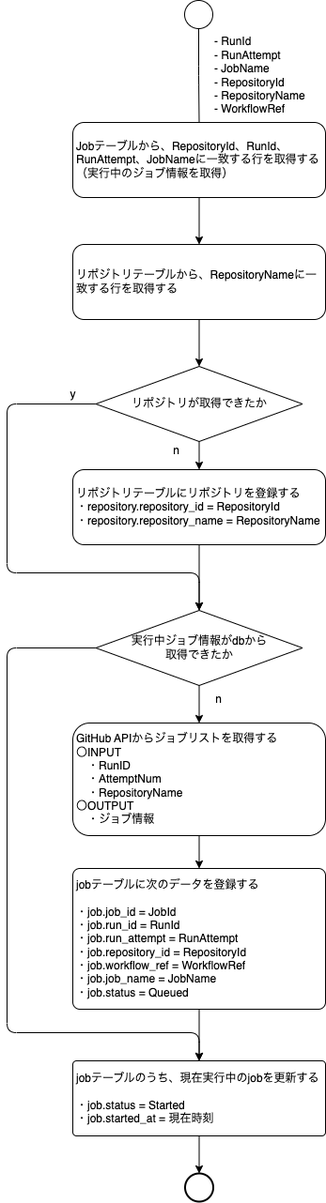
kazuo278/dashboard keeps this draw.io diagram as docs/arch/set_up_runner/flow.drawio.png. Above is the earlier version. Source tidied: cells renumbered, new cells last; positions are measured from the earlier drawing's top-left corner, leaving out a move shared by most shapes.
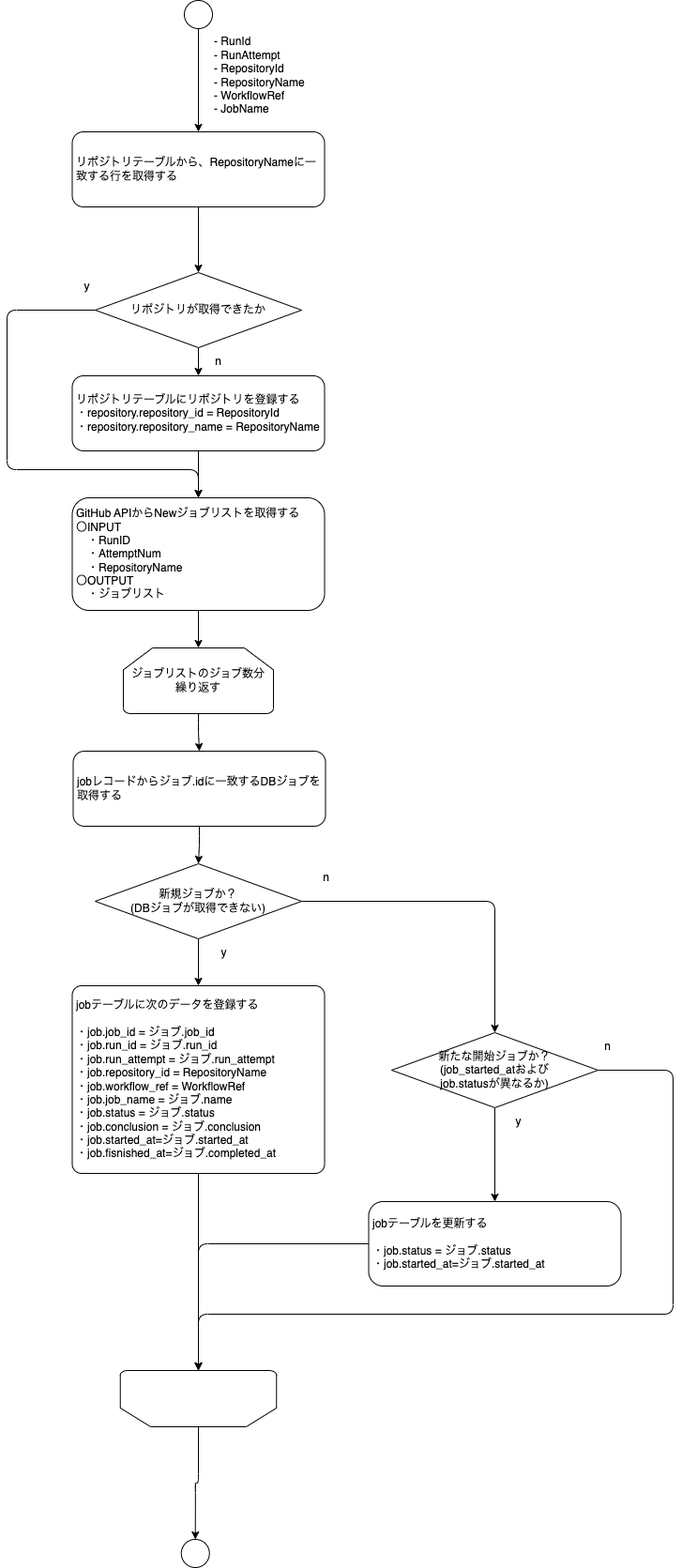
After the change.

Change to the diagram source:
```diff
@@ -2,92 +2,126 @@
   <root>
     <mxCell id="0" />
     <mxCell id="1" parent="0" />
-    <mxCell id="2" style="edgeStyle=orthogonalEdgeStyle;html=1;strokeColor=default;startArrow=none;" parent="1" edge="1" source="26" target="16">
+    <mxCell id="2" style="edgeStyle=orthogonalEdgeStyle;html=1;strokeColor=default;startArrow=none;exitX=0.5;exitY=1;exitDx=0;exitDy=0;exitPerimeter=0;" parent="1" edge="1" source="3" target="16">
       <mxGeometry relative="1" as="geometry" />
     </mxCell>
     <mxCell id="3" style="verticalLabelPosition=bottom;verticalAlign=top;html=1;shape=mxgraph.flowchart.on-page_reference;" parent="1" vertex="1">
       <mxGeometry x="189" width="30" height="30" as="geometry" />
     </mxCell>
-    <mxCell id="4" style="edgeStyle=orthogonalEdgeStyle;html=1;entryX=0.5;entryY=0;entryDx=0;entryDy=0;strokeColor=default;" parent="1" edge="1" source="7" target="14">
-      <mxGeometry relative="1" as="geometry">
-        <Array as="points">
-          <mxPoint y="690" />
-          <mxPoint y="1100" />
-          <mxPoint x="205" y="1100" />
-        </Array>
-      </mxGeometry>
-    </mxCell>
-    <mxCell id="5" value="- RunId&lt;br&gt;- RunAttempt&lt;br&gt;- JobName&lt;br&gt;- RepositoryId&lt;br&gt;- RepositoryName&lt;br&gt;- WorkflowRef" style="text;html=1;align=left;verticalAlign=middle;strokeColor=none;fillColor=none;" parent="1" vertex="1">
+    <mxCell id="5" value="- RunId&lt;br&gt;- RunAttempt&lt;br&gt;- RepositoryId&lt;br&gt;- RepositoryName&lt;br&gt;- WorkflowRef&lt;br&gt;- JobName" style="text;html=1;align=left;verticalAlign=middle;strokeColor=none;fillColor=none;" parent="1" vertex="1">
       <mxGeometry x="219" y="30" width="120" height="100" as="geometry" />
     </mxCell>
-    <mxCell id="6" style="edgeStyle=none;html=1;" parent="1" edge="1" source="7" target="9">
-      <mxGeometry relative="1" as="geometry" />
-    </mxCell>
-    <mxCell id="7" value="実行中ジョブ情報がdbから&lt;br&gt;取得できたか" style="strokeWidth=1;html=1;shape=mxgraph.flowchart.decision;whiteSpace=wrap;" parent="1" vertex="1">
-      <mxGeometry x="94.5" y="650" width="220" height="80" as="geometry" />
-    </mxCell>
-    <mxCell id="8" style="edgeStyle=none;html=1;entryX=0.5;entryY=0;entryDx=0;entryDy=0;" parent="1" edge="1" source="9" target="12">
-      <mxGeometry relative="1" as="geometry" />
-    </mxCell>
+    <mxCell id="27" style="edgeStyle=orthogonalEdgeStyle;html=1;entryX=0.5;entryY=0;entryDx=0;entryDy=0;entryPerimeter=0;" parent="1" edge="1" source="9" target="25">
+      <mxGeometry relative="1" as="geometry" />
+    </mxCell>
-    <mxCell id="9" value="&lt;div style=&quot;&quot;&gt;GitHub APIからジョブリストを取得する&lt;br&gt;&lt;/div&gt;&lt;div style=&quot;&quot;&gt;〇INPUT&lt;br&gt;&lt;/div&gt;&lt;div style=&quot;&quot;&gt;　・RunID&lt;br&gt;　・AttemptNum&lt;/div&gt;&lt;div style=&quot;&quot;&gt;&lt;span style=&quot;background-color: initial;&quot;&gt;　・&lt;/span&gt;&lt;span style=&quot;background-color: initial;&quot;&gt;RepositoryName&lt;/span&gt;&lt;/div&gt;&lt;div style=&quot;&quot;&gt;〇OUTPUT&lt;/div&gt;&lt;div style=&quot;&quot;&gt;　・ジョブ情報&lt;/div&gt;" style="rounded=1;whiteSpace=wrap;html=1;align=left;spacingLeft=2;" parent="1" vertex="1">
-      <mxGeometry x="70" y="770" width="269" height="120" as="geometry" />
+    <mxCell id="9" value="&lt;div style=&quot;&quot;&gt;GitHub APIからNewジョブリストを取得する&lt;br&gt;&lt;/div&gt;&lt;div style=&quot;&quot;&gt;〇INPUT&lt;br&gt;&lt;/div&gt;&lt;div style=&quot;&quot;&gt;　・RunID&lt;br&gt;　・AttemptNum&lt;/div&gt;&lt;div style=&quot;&quot;&gt;&lt;span style=&quot;background-color: initial;&quot;&gt;　・&lt;/span&gt;&lt;span style=&quot;background-color: initial;&quot;&gt;RepositoryName&lt;/span&gt;&lt;/div&gt;&lt;div style=&quot;&quot;&gt;〇OUTPUT&lt;/div&gt;&lt;div style=&quot;&quot;&gt;　・ジョブリスト&lt;/div&gt;" style="rounded=1;whiteSpace=wrap;html=1;align=left;spacingLeft=2;" parent="1" vertex="1">
+      <mxGeometry x="69.5" y="530" width="269" height="120" as="geometry" />
     </mxCell>
-    <mxCell id="10" value="n" style="text;html=1;align=center;verticalAlign=middle;strokeColor=none;fillColor=none;" parent="1" vertex="1">
-      <mxGeometry x="210" y="730" width="30" height="30" as="geometry" />
-    </mxCell>
-    <mxCell id="11" style="edgeStyle=none;html=1;" parent="1" edge="1" source="12" target="14">
-      <mxGeometry relative="1" as="geometry" />
-    </mxCell>
+    <mxCell id="28" style="edgeStyle=orthogonalEdgeStyle;html=1;entryX=0.5;entryY=1;entryDx=0;entryDy=0;entryPerimeter=0;" parent="1" edge="1" source="12" target="31">
+      <mxGeometry relative="1" as="geometry" />
+    </mxCell>
-    <mxCell id="12" value="&lt;div style=&quot;&quot;&gt;&lt;span style=&quot;background-color: initial;&quot;&gt;jobテーブルに次のデータを登録する&lt;/span&gt;&lt;br&gt;&lt;/div&gt;&lt;div style=&quot;&quot;&gt;&lt;span style=&quot;background-color: initial;&quot;&gt;&lt;br&gt;・&lt;/span&gt;job&lt;span style=&quot;background-color: initial;&quot;&gt;.job_id = JobId&lt;/span&gt;&lt;/div&gt;&lt;div style=&quot;&quot;&gt;&lt;span style=&quot;background-color: initial;&quot;&gt;・&lt;/span&gt;job.run_id&amp;nbsp;&lt;span style=&quot;background-color: initial;&quot;&gt;= RunId&lt;br&gt;&lt;/span&gt;&lt;/div&gt;・job.run_attempt = RunAttempt&lt;br&gt;・job.repository_id = RepositoryId&lt;br&gt;・job.workflow_ref = WorkflowRef&lt;br&gt;・job.job_name = JobName&lt;br&gt;・job.status = Queued&amp;nbsp;" style="rounded=1;whiteSpace=wrap;html=1;align=left;spacingLeft=2;arcSize=5;" parent="1" vertex="1">
-      <mxGeometry x="70" y="925" width="269" height="150" as="geometry" />
+    <mxCell id="12" value="&lt;div style=&quot;&quot;&gt;&lt;span style=&quot;background-color: initial;&quot;&gt;jobテーブルに次のデータを登録する&lt;/span&gt;&lt;br&gt;&lt;/div&gt;&lt;div style=&quot;&quot;&gt;&lt;span style=&quot;background-color: initial;&quot;&gt;&lt;br&gt;・&lt;/span&gt;job&lt;span style=&quot;background-color: initial;&quot;&gt;.job_id = ジョブ.job_id&lt;/span&gt;&lt;/div&gt;&lt;div style=&quot;&quot;&gt;&lt;span style=&quot;background-color: initial;&quot;&gt;・&lt;/span&gt;job.run_id&amp;nbsp;&lt;span style=&quot;background-color: initial;&quot;&gt;= ジョブ.run_id&lt;br&gt;&lt;/span&gt;&lt;/div&gt;・job.run_attempt = ジョブ.run_attempt&lt;br&gt;・job.repository_id = RepositoryName&lt;br&gt;・job.workflow_ref = WorkflowRef&lt;br&gt;・job.job_name = ジョブ.name&lt;br&gt;・job.status = ジョブ.status&lt;br&gt;・job.conclusion = ジョブ.conclusion&lt;br&gt;・job.started_at=ジョブ.started_at&lt;br&gt;・job.fisnished_at=ジョブ.completed_at" style="rounded=1;whiteSpace=wrap;html=1;align=left;spacingLeft=2;arcSize=5;" parent="1" vertex="1">
+      <mxGeometry x="69.5" y="1050" width="269" height="200" as="geometry" />
     </mxCell>
-    <mxCell id="13" style="edgeStyle=orthogonalEdgeStyle;html=1;entryX=0.5;entryY=0;entryDx=0;entryDy=0;entryPerimeter=0;strokeColor=default;" parent="1" edge="1" source="14" target="24">
-      <mxGeometry relative="1" as="geometry" />
-    </mxCell>
-    <mxCell id="14" value="&lt;div style=&quot;&quot;&gt;&lt;span style=&quot;background-color: initial;&quot;&gt;jobテーブルのうち、現在実行中のjobを更新する&lt;/span&gt;&lt;br&gt;&lt;/div&gt;&lt;div style=&quot;&quot;&gt;&lt;span style=&quot;background-color: initial;&quot;&gt;&lt;br&gt;&lt;/span&gt;&lt;/div&gt;・job.status = Started&lt;br&gt;・job.started_at = 現在時刻" style="rounded=1;whiteSpace=wrap;html=1;align=left;spacingLeft=2;arcSize=5;" parent="1" vertex="1">
-      <mxGeometry x="70" y="1130" width="269" height="80" as="geometry" />
-    </mxCell>
     <mxCell id="15" style="edgeStyle=orthogonalEdgeStyle;html=1;strokeColor=default;" parent="1" edge="1" source="16" target="19">
       <mxGeometry relative="1" as="geometry" />
     </mxCell>
     <mxCell id="16" value="&lt;div style=&quot;&quot;&gt;リポジトリテーブルから、RepositoryNameに一致する行を取得する&lt;/div&gt;" style="rounded=1;whiteSpace=wrap;html=1;align=left;spacingLeft=2;" parent="1" vertex="1">
-      <mxGeometry x="70" y="260" width="269" height="80" as="geometry" />
+      <mxGeometry x="69.5" y="140" width="269" height="80" as="geometry" />
     </mxCell>
     <mxCell id="17" style="edgeStyle=orthogonalEdgeStyle;html=1;strokeColor=default;" parent="1" edge="1" source="19" target="21">
       <mxGeometry relative="1" as="geometry" />
     </mxCell>
-    <mxCell id="18" style="edgeStyle=orthogonalEdgeStyle;html=1;entryX=0.5;entryY=0;entryDx=0;entryDy=0;strokeColor=default;entryPerimeter=0;" parent="1" edge="1" source="19" target="7">
+    <mxCell id="18" style="edgeStyle=orthogonalEdgeStyle;html=1;strokeColor=default;entryX=0.5;entryY=0;entryDx=0;entryDy=0;" parent="1" edge="1" source="19" target="9">
       <mxGeometry relative="1" as="geometry">
         <Array as="points">
-          <mxPoint y="430" />
-          <mxPoint y="610" />
-          <mxPoint x="205" y="610" />
+          <mxPoint y="330" />
+          <mxPoint y="500" />
+          <mxPoint x="204" y="500" />
         </Array>
       </mxGeometry>
     </mxCell>
     <mxCell id="19" value="リポジトリが取得できたか" style="strokeWidth=1;html=1;shape=mxgraph.flowchart.decision;whiteSpace=wrap;" parent="1" vertex="1">
-      <mxGeometry x="94.5" y="390" width="220" height="80" as="geometry" />
+      <mxGeometry x="94" y="290" width="220" height="80" as="geometry" />
     </mxCell>
-    <mxCell id="20" style="edgeStyle=orthogonalEdgeStyle;html=1;strokeColor=default;" parent="1" edge="1" source="21" target="7">
+    <mxCell id="20" style="edgeStyle=orthogonalEdgeStyle;html=1;strokeColor=default;entryX=0.5;entryY=0;entryDx=0;entryDy=0;" parent="1" edge="1" source="21" target="9">
       <mxGeometry relative="1" as="geometry" />
     </mxCell>
     <mxCell id="21" value="&lt;div style=&quot;&quot;&gt;リポジトリテーブルにリポジトリを登録する&lt;/div&gt;&lt;div style=&quot;&quot;&gt;・repository.repository_id = RepositoryId&lt;br&gt;&lt;/div&gt;・repository&lt;span style=&quot;background-color: initial;&quot;&gt;.repository_name = RepositoryName&lt;/span&gt;" style="rounded=1;whiteSpace=wrap;html=1;align=left;spacingLeft=2;" parent="1" vertex="1">
-      <mxGeometry x="70" y="500" width="269" height="80" as="geometry" />
+      <mxGeometry x="69.5" y="400" width="269" height="80" as="geometry" />
     </mxCell>
     <mxCell id="22" value="y" style="text;html=1;align=center;verticalAlign=middle;strokeColor=none;fillColor=none;" parent="1" vertex="1">
-      <mxGeometry x="55" y="405" width="30" height="30" as="geometry" />
+      <mxGeometry x="69.5" y="290" width="30" height="30" as="geometry" />
     </mxCell>
     <mxCell id="23" value="n" style="text;html=1;align=center;verticalAlign=middle;strokeColor=none;fillColor=none;" parent="1" vertex="1">
-      <mxGeometry x="165" y="465" width="30" height="30" as="geometry" />
+      <mxGeometry x="210" y="370" width="30" height="30" as="geometry" />
     </mxCell>
-    <mxCell id="24" style="strokeWidth=2;html=1;shape=mxgraph.flowchart.start_2;whiteSpace=wrap;" parent="1" vertex="1">
-      <mxGeometry x="189.5" y="1250" width="30" height="30" as="geometry" />
-    </mxCell>
+    <mxCell id="29" style="edgeStyle=orthogonalEdgeStyle;html=1;entryX=0.5;entryY=0;entryDx=0;entryDy=0;" parent="1" edge="1" source="25" target="36">
+      <mxGeometry relative="1" as="geometry" />
+    </mxCell>
-    <mxCell id="25" style="edgeStyle=orthogonalEdgeStyle;html=1;strokeColor=default;endArrow=none;" parent="1" edge="1" source="3" target="26">
-      <mxGeometry relative="1" as="geometry" />
+    <mxCell id="25" value="ジョブリストのジョブ数分&lt;br&gt;繰り返す" style="strokeWidth=1;html=1;shape=mxgraph.flowchart.loop_limit;whiteSpace=wrap;" parent="1" vertex="1">
+      <mxGeometry x="124" y="690" width="160" height="70" as="geometry" />
     </mxCell>
-    <mxCell id="26" value="&lt;div style=&quot;&quot;&gt;Jobテーブルから、RepositoryId、RunId、RunAttempt、JobNameに一致する行を取得する&lt;br&gt;（実行中のジョブ情報を取得）&lt;/div&gt;" style="rounded=1;whiteSpace=wrap;html=1;align=left;spacingLeft=2;" parent="1" vertex="1">
-      <mxGeometry x="70" y="130" width="269" height="80" as="geometry" />
-    </mxCell>
+    <mxCell id="30" style="edgeStyle=orthogonalEdgeStyle;html=1;entryX=0.5;entryY=0;entryDx=0;entryDy=0;entryPerimeter=0;" parent="1" edge="1" source="31" target="42">
+      <mxGeometry relative="1" as="geometry" />
+    </mxCell>
+    <mxCell id="31" style="strokeWidth=1;html=1;shape=mxgraph.flowchart.loop_limit;whiteSpace=wrap;rotation=-180;" parent="1" vertex="1">
+      <mxGeometry x="120.8" y="1460" width="166.5" height="60" as="geometry" />
+    </mxCell>
+    <mxCell id="32" style="edgeStyle=orthogonalEdgeStyle;html=1;" parent="1" edge="1" source="34" target="12">
+      <mxGeometry relative="1" as="geometry" />
+    </mxCell>
+    <mxCell id="33" style="edgeStyle=orthogonalEdgeStyle;html=1;entryX=0.5;entryY=0;entryDx=0;entryDy=0;entryPerimeter=0;" parent="1" edge="1" source="34" target="39">
+      <mxGeometry relative="1" as="geometry">
+        <Array as="points">
+          <mxPoint x="520" y="960" />
+        </Array>
+      </mxGeometry>
+    </mxCell>
+    <mxCell id="34" value="新規ジョブか？&lt;br&gt;(DBジョブが取得できない)" style="strokeWidth=1;html=1;shape=mxgraph.flowchart.decision;whiteSpace=wrap;" parent="1" vertex="1">
+      <mxGeometry x="94" y="920" width="220" height="80" as="geometry" />
+    </mxCell>
+    <mxCell id="35" style="edgeStyle=orthogonalEdgeStyle;html=1;" parent="1" edge="1" source="36" target="34">
+      <mxGeometry relative="1" as="geometry" />
+    </mxCell>
+    <mxCell id="36" value="&lt;div style=&quot;&quot;&gt;jobレコードからジョブ.idに一致するDBジョブを取得する&lt;/div&gt;" style="rounded=1;whiteSpace=wrap;html=1;align=left;spacingLeft=2;" parent="1" vertex="1">
+      <mxGeometry x="70.5" y="800" width="269" height="80" as="geometry" />
+    </mxCell>
+    <mxCell id="37" style="edgeStyle=orthogonalEdgeStyle;html=1;entryX=0.5;entryY=0;entryDx=0;entryDy=0;" parent="1" edge="1" source="39" target="41">
+      <mxGeometry relative="1" as="geometry" />
+    </mxCell>
+    <mxCell id="38" style="edgeStyle=orthogonalEdgeStyle;html=1;" parent="1" edge="1" source="39" target="31">
+      <mxGeometry relative="1" as="geometry">
+        <Array as="points">
+          <mxPoint x="710" y="1140" />
+          <mxPoint x="710" y="1400" />
+          <mxPoint x="204" y="1400" />
+        </Array>
+      </mxGeometry>
+    </mxCell>
+    <mxCell id="39" value="新たな開始ジョブか？&lt;br&gt;(job_started_atおよび&lt;br&gt;job.statusが異なるか)" style="strokeWidth=1;html=1;shape=mxgraph.flowchart.decision;whiteSpace=wrap;" parent="1" vertex="1">
+      <mxGeometry x="410" y="1100" width="220" height="80" as="geometry" />
+    </mxCell>
+    <mxCell id="40" style="edgeStyle=orthogonalEdgeStyle;html=1;entryX=0.5;entryY=1;entryDx=0;entryDy=0;entryPerimeter=0;" parent="1" edge="1" source="41" target="31">
+      <mxGeometry relative="1" as="geometry" />
+    </mxCell>
+    <mxCell id="41" value="&lt;div style=&quot;&quot;&gt;&lt;span style=&quot;background-color: initial;&quot;&gt;jobテーブルを更新する&lt;/span&gt;&lt;br&gt;&lt;/div&gt;&lt;div style=&quot;&quot;&gt;&lt;span style=&quot;background-color: initial;&quot;&gt;&lt;br&gt;&lt;/span&gt;&lt;/div&gt;・job.status = ジョブ.status&lt;br&gt;・job.started_at=ジョブ.started_at" style="rounded=1;whiteSpace=wrap;html=1;align=left;spacingLeft=2;arcSize=17;" parent="1" vertex="1">
+      <mxGeometry x="385.5" y="1280" width="269" height="90" as="geometry" />
+    </mxCell>
+    <mxCell id="42" style="verticalLabelPosition=bottom;verticalAlign=top;html=1;shape=mxgraph.flowchart.on-page_reference;" parent="1" vertex="1">
+      <mxGeometry x="185.8" y="1640" width="30" height="30" as="geometry" />
+    </mxCell>
+    <mxCell id="43" value="n" style="text;html=1;align=center;verticalAlign=middle;strokeColor=none;fillColor=none;" parent="1" vertex="1">
+      <mxGeometry x="325" y="920" width="30" height="30" as="geometry" />
+    </mxCell>
+    <mxCell id="44" value="n" style="text;html=1;align=center;verticalAlign=middle;strokeColor=none;fillColor=none;" parent="1" vertex="1">
+      <mxGeometry x="624.5" y="1100" width="30" height="30" as="geometry" />
+    </mxCell>
+    <mxCell id="45" value="y" style="text;html=1;align=center;verticalAlign=middle;strokeColor=none;fillColor=none;" parent="1" vertex="1">
+      <mxGeometry x="530" y="1180" width="30" height="30" as="geometry" />
+    </mxCell>
+    <mxCell id="46" value="y" style="text;html=1;align=center;verticalAlign=middle;strokeColor=none;fillColor=none;" parent="1" vertex="1">
+      <mxGeometry x="215.8" y="1000" width="30" height="30" as="geometry" />
+    </mxCell>
   </root>
 </mxGraphModel>
```
